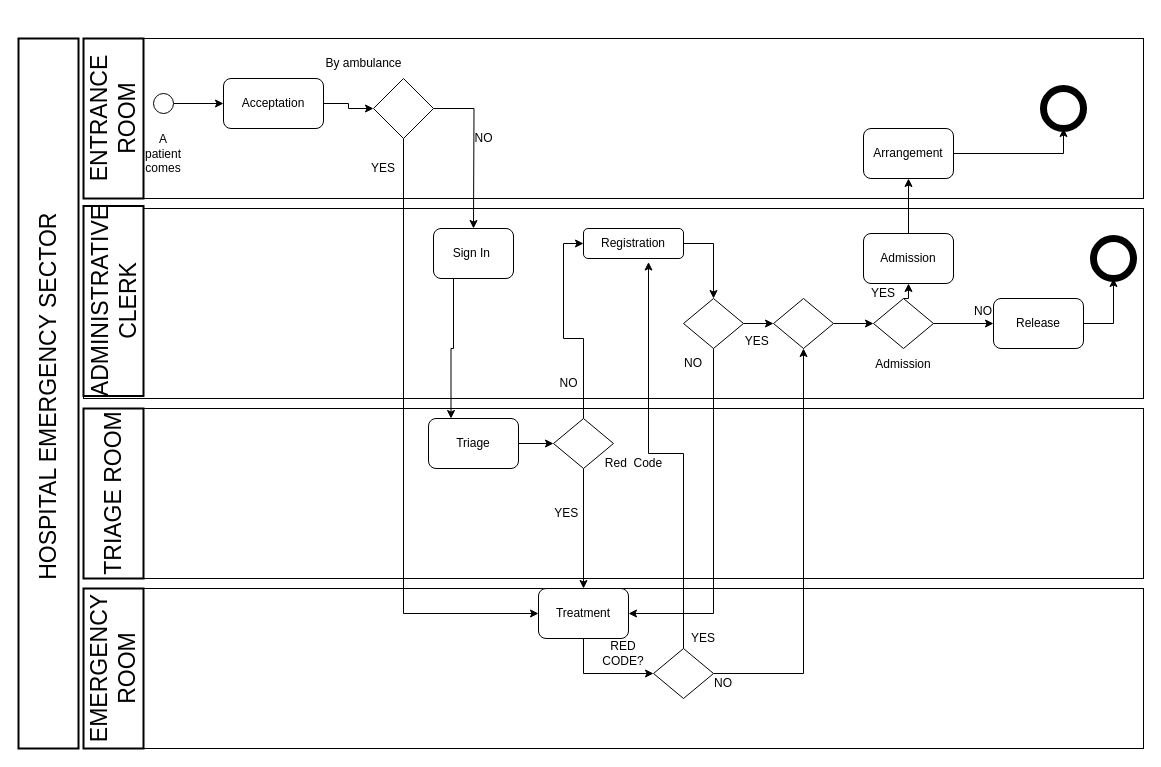
Above: Untitled Diagram.drawio in DarliSelita/HospiWare (draw.io), before the change. Source tidied: cells renumbered, new cells numbered last; positions are measured from the earlier drawing's top-left corner, leaving out a move shared by most shapes. Both pictures are drawn from the tidied source at 100%, with x=0, y=0 at pixel (-307, 38).
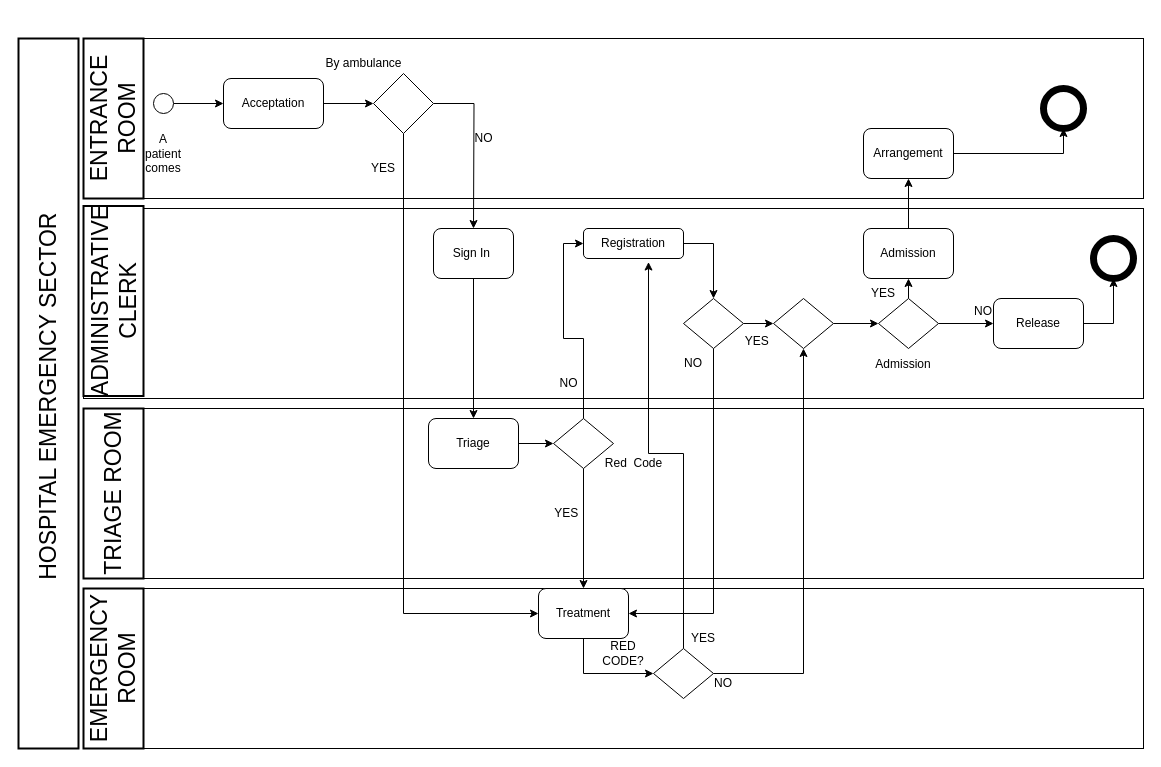
After the change.

The change refers to these unchanged cells:
```xml
<mxCell id="15" value="Sign In&amp;nbsp;" style="rounded=1;whiteSpace=wrap;html=1;" parent="1" vertex="1">
  <mxGeometry x="740" y="190" width="80" height="50" as="geometry" />
</mxCell>
<mxCell id="18" value="Triage" style="rounded=1;whiteSpace=wrap;html=1;" parent="1" vertex="1">
  <mxGeometry x="735" y="380" width="90" height="50" as="geometry" />
</mxCell>
```

What changed in the source:
```diff
@@
     <mxCell id="12" style="rhombus;whiteSpace=wrap;html=1;" parent="1" vertex="1">
-      <mxGeometry x="680" y="40" width="60" height="60" as="geometry" />
+      <mxGeometry x="680" y="35" width="60" height="60" as="geometry" />
     </mxCell>
@@
-    <mxCell id="14" style="edgeStyle=orthogonalEdgeStyle;rounded=0;jettySize=auto;html=1;exitX=0.25;exitY=1;exitDx=0;exitDy=0;entryX=0.25;entryY=0;entryDx=0;entryDy=0;" parent="1" edge="1" source="15" target="18">
+    <mxCell id="14" style="edgeStyle=orthogonalEdgeStyle;rounded=0;jettySize=auto;html=1;exitX=0.5;exitY=1;exitDx=0;exitDy=0;entryX=0.5;entryY=0;entryDx=0;entryDy=0;" parent="1" edge="1" source="15" target="18">
       <mxGeometry relative="1" as="geometry" />
     </mxCell>
@@
     <mxCell id="33" style="rhombus;whiteSpace=wrap;html=1;" parent="1" vertex="1">
-      <mxGeometry x="1180" y="260" width="60" height="50" as="geometry" />
+      <mxGeometry x="1185" y="260" width="60" height="50" as="geometry" />
     </mxCell>
@@
     <mxCell id="40" value="Admission" style="rounded=1;whiteSpace=wrap;html=1;" parent="1" vertex="1">
-      <mxGeometry x="1170" y="195" width="90" height="50" as="geometry" />
+      <mxGeometry x="1170" y="190" width="90" height="50" as="geometry" />
     </mxCell>
```
